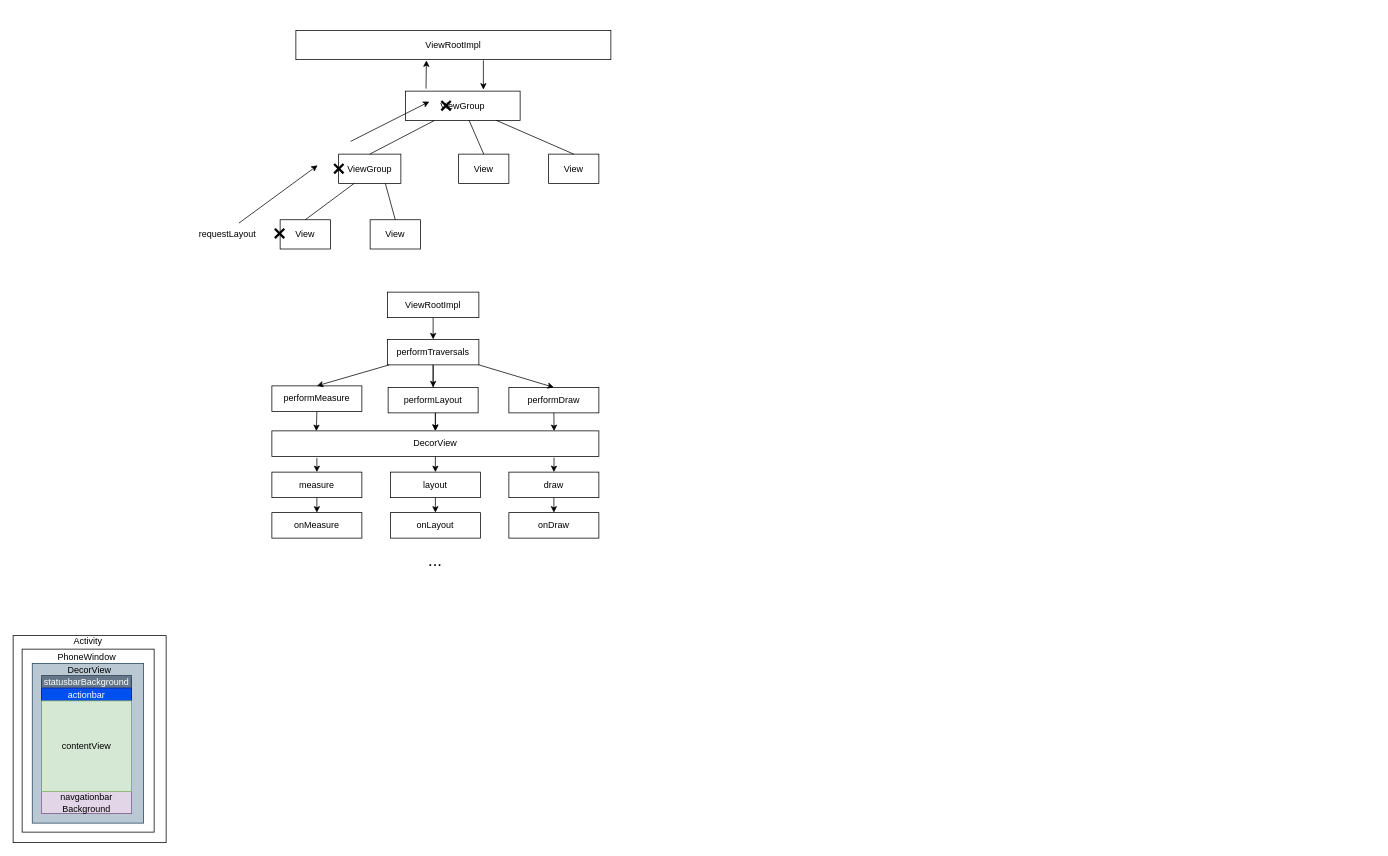
Earlier version of the draw.io diagram 未命名绘图.drawio (tah9/nima). Source tidied: cells renumbered, new cells numbered last; positions are measured from the earlier drawing's top-left corner, leaving out a move shared by most shapes. Both pictures are drawn from the tidied source at 75%, with x=0, y=0 at pixel (13, 30).
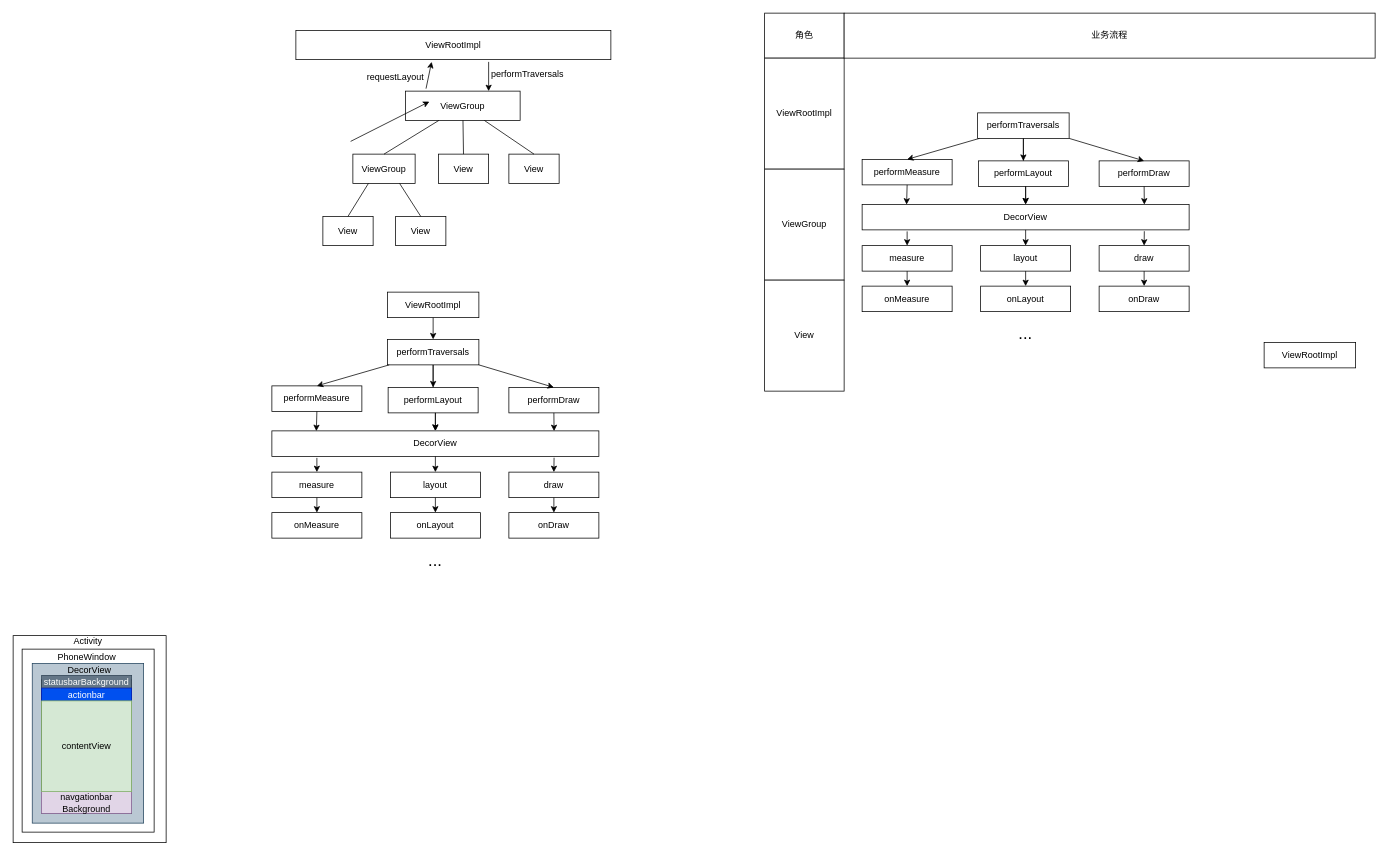
The same page after the edit.

Commit message:
更新未命名绘图.drawio

The change refers to these unchanged cells:
```xml
<mxCell id="3" value="ViewGroup" style="rounded=0;whiteSpace=wrap;html=1;" parent="1" vertex="1">
  <mxGeometry x="523" y="81" width="153" height="39" as="geometry" />
</mxCell>
```

The edit, as a diff of the source:
```diff
@@
-    <mxCell id="2" value="requestLayout" style="text;strokeColor=none;align=center;fillColor=none;html=1;verticalAlign=middle;whiteSpace=wrap;rounded=0;" parent="1" vertex="1">
-      <mxGeometry x="256" y="257" width="60" height="30" as="geometry" />
-    </mxCell>
@@
     <mxCell id="4" value="ViewGroup" style="rounded=0;whiteSpace=wrap;html=1;" parent="1" vertex="1">
-      <mxGeometry x="434" y="165" width="83" height="39" as="geometry" />
+      <mxGeometry x="453" y="165" width="83" height="39" as="geometry" />
     </mxCell>
     <mxCell id="5" value="View" style="rounded=0;whiteSpace=wrap;html=1;" parent="1" vertex="1">
-      <mxGeometry x="594" y="165" width="67" height="39" as="geometry" />
+      <mxGeometry x="567" y="165" width="67" height="39" as="geometry" />
     </mxCell>
     <mxCell id="6" value="View" style="rounded=0;whiteSpace=wrap;html=1;" parent="1" vertex="1">
-      <mxGeometry x="714" y="165" width="67" height="39" as="geometry" />
+      <mxGeometry x="661" y="165" width="67" height="39" as="geometry" />
     </mxCell>
     <mxCell id="7" value="View" style="rounded=0;whiteSpace=wrap;html=1;" parent="1" vertex="1">
-      <mxGeometry x="356" y="252.5" width="67" height="39" as="geometry" />
+      <mxGeometry x="413" y="248" width="67" height="39" as="geometry" />
     </mxCell>
     <mxCell id="8" value="View" style="rounded=0;whiteSpace=wrap;html=1;" parent="1" vertex="1">
-      <mxGeometry x="476" y="252.5" width="67" height="39" as="geometry" />
+      <mxGeometry x="510" y="248" width="67" height="39" as="geometry" />
     </mxCell>
@@
-    <mxCell id="15" style="shape=umlDestroy;whiteSpace=wrap;html=1;strokeWidth=3;targetShapes=umlLifeline;" parent="1" vertex="1">
-      <mxGeometry x="349" y="264.5" width="12.5" height="12.5" as="geometry" />
-    </mxCell>
-    <mxCell id="16" style="shape=umlDestroy;whiteSpace=wrap;html=1;strokeWidth=3;targetShapes=umlLifeline;" parent="1" vertex="1">
-      <mxGeometry x="428" y="178.2" width="12.5" height="12.5" as="geometry" />
-    </mxCell>
-    <mxCell id="17" style="shape=umlDestroy;whiteSpace=wrap;html=1;strokeWidth=3;targetShapes=umlLifeline;" parent="1" vertex="1">
-      <mxGeometry x="571" y="94.2" width="12.5" height="12.5" as="geometry" />
-    </mxCell>
-    <mxCell id="18" style="endArrow=classic;html=1;rounded=0;exitX=0.75;exitY=0;exitDx=0;exitDy=0;" parent="1" edge="1" source="2">
-      <mxGeometry relative="1" as="geometry">
-        <mxPoint x="406" y="180" as="targetPoint" />
-      </mxGeometry>
-    </mxCell>
@@
+    <mxCell id="58" style="endArrow=none;html=1;rounded=0;verticalAlign=middle;endFill=0;startArrow=classic;startFill=1;" parent="1" edge="1">
+      <mxGeometry relative="1" as="geometry">
+        <mxPoint x="634" y="81" as="sourcePoint" />
+        <mxPoint x="634" y="42" as="targetPoint" />
+      </mxGeometry>
+    </mxCell>
@@
-    <mxCell id="58" style="endArrow=none;html=1;rounded=0;verticalAlign=middle;endFill=0;startArrow=classic;startFill=1;" parent="1" edge="1">
-      <mxGeometry relative="1" as="geometry">
-        <mxPoint x="627" y="79" as="sourcePoint" />
-        <mxPoint x="627" y="40" as="targetPoint" />
-      </mxGeometry>
-    </mxCell>
     <mxCell id="59" style="endArrow=classic;html=1;rounded=0;exitX=0.18;exitY=-0.085;exitDx=0;exitDy=0;exitPerimeter=0;" parent="1" edge="1" source="3">
       <mxGeometry relative="1" as="geometry">
-        <mxPoint x="551" y="40" as="targetPoint" />
+        <mxPoint x="558" y="42" as="targetPoint" />
       </mxGeometry>
     </mxCell>
+    <mxCell id="60" value="performTraversals" style="text;strokeColor=none;align=center;fillColor=none;html=1;verticalAlign=middle;whiteSpace=wrap;rounded=0;" parent="1" vertex="1">
+      <mxGeometry x="656" y="44" width="60" height="30" as="geometry" />
+    </mxCell>
+    <mxCell id="2" value="requestLayout" style="text;strokeColor=none;align=center;fillColor=none;html=1;verticalAlign=middle;whiteSpace=wrap;rounded=0;" parent="1" vertex="1">
+      <mxGeometry x="480" y="48" width="60" height="30" as="geometry" />
+    </mxCell>
+    <mxCell id="61" value="角色" style="whiteSpace=wrap;html=1;" parent="1" vertex="1">
+      <mxGeometry x="1002" y="-23" width="106" height="60" as="geometry" />
+    </mxCell>
+    <mxCell id="62" value="ViewRootImpl" style="whiteSpace=wrap;html=1;" parent="1" vertex="1">
+      <mxGeometry x="1002" y="37" width="106" height="148" as="geometry" />
+    </mxCell>
+    <mxCell id="63" value="ViewGroup" style="whiteSpace=wrap;html=1;" parent="1" vertex="1">
+      <mxGeometry x="1002" y="185" width="106" height="148" as="geometry" />
+    </mxCell>
+    <mxCell id="64" value="View" style="whiteSpace=wrap;html=1;" parent="1" vertex="1">
+      <mxGeometry x="1002" y="333" width="106" height="148" as="geometry" />
+    </mxCell>
+    <mxCell id="65" value="业务流程" style="whiteSpace=wrap;html=1;" parent="1" vertex="1">
+      <mxGeometry x="1108" y="-23" width="708" height="60" as="geometry" />
+    </mxCell>
+    <mxCell id="66" style="edgeStyle=orthogonalEdgeStyle;rounded=0;jettySize=auto;html=1;" parent="1" edge="1" source="67" target="83">
+      <mxGeometry relative="1" as="geometry" />
+    </mxCell>
+    <mxCell id="67" value="performTraversals" style="rounded=0;whiteSpace=wrap;html=1;" parent="1" vertex="1">
+      <mxGeometry x="1286" y="110" width="122" height="34" as="geometry" />
+    </mxCell>
+    <mxCell id="68" value="performMeasure" style="rounded=0;whiteSpace=wrap;html=1;" parent="1" vertex="1">
+      <mxGeometry x="1132" y="172" width="120" height="34" as="geometry" />
+    </mxCell>
+    <mxCell id="69" value="measure" style="rounded=0;whiteSpace=wrap;html=1;" parent="1" vertex="1">
+      <mxGeometry x="1132" y="287" width="120" height="34" as="geometry" />
+    </mxCell>
+    <mxCell id="70" value="onMeasure" style="rounded=0;whiteSpace=wrap;html=1;" parent="1" vertex="1">
+      <mxGeometry x="1132" y="341" width="120" height="34" as="geometry" />
+    </mxCell>
+    <mxCell id="71" style="endArrow=classic;html=1;rounded=0;entryX=0.5;entryY=0;entryDx=0;entryDy=0;" parent="1" edge="1" source="67" target="68">
+      <mxGeometry relative="1" as="geometry" />
+    </mxCell>
+    <mxCell id="72" value="performLayout" style="rounded=0;whiteSpace=wrap;html=1;" parent="1" vertex="1">
+      <mxGeometry x="1287" y="174" width="120" height="34" as="geometry" />
+    </mxCell>
+    <mxCell id="73" value="layout" style="rounded=0;whiteSpace=wrap;html=1;" parent="1" vertex="1">
+      <mxGeometry x="1290" y="287" width="120" height="34" as="geometry" />
+    </mxCell>
+    <mxCell id="74" value="onLayout" style="rounded=0;whiteSpace=wrap;html=1;" parent="1" vertex="1">
+      <mxGeometry x="1290" y="341" width="120" height="34" as="geometry" />
+    </mxCell>
+    <mxCell id="75" value="performDraw" style="rounded=0;whiteSpace=wrap;html=1;" parent="1" vertex="1">
+      <mxGeometry x="1448" y="174" width="120" height="34" as="geometry" />
+    </mxCell>
+    <mxCell id="76" value="draw" style="rounded=0;whiteSpace=wrap;html=1;" parent="1" vertex="1">
+      <mxGeometry x="1448" y="287" width="120" height="34" as="geometry" />
+    </mxCell>
+    <mxCell id="77" value="onDraw" style="rounded=0;whiteSpace=wrap;html=1;" parent="1" vertex="1">
+      <mxGeometry x="1448" y="341" width="120" height="34" as="geometry" />
+    </mxCell>
+    <mxCell id="78" style="endArrow=classic;html=1;rounded=0;exitX=0.5;exitY=1;exitDx=0;exitDy=0;" parent="1" edge="1" source="69" target="70">
+      <mxGeometry relative="1" as="geometry" />
+    </mxCell>
+    <mxCell id="79" style="endArrow=classic;html=1;rounded=0;exitX=0.5;exitY=1;exitDx=0;exitDy=0;entryX=0.5;entryY=0;entryDx=0;entryDy=0;" parent="1" edge="1" source="73" target="74">
+      <mxGeometry relative="1" as="geometry" />
+    </mxCell>
+    <mxCell id="80" style="endArrow=classic;html=1;rounded=0;exitX=0.5;exitY=1;exitDx=0;exitDy=0;entryX=0.5;entryY=0;entryDx=0;entryDy=0;" parent="1" edge="1" source="76" target="77">
+      <mxGeometry relative="1" as="geometry" />
+    </mxCell>
+    <mxCell id="81" style="endArrow=classic;html=1;rounded=0;exitX=0.5;exitY=1;exitDx=0;exitDy=0;entryX=0.5;entryY=0;entryDx=0;entryDy=0;" parent="1" edge="1" source="67" target="72">
+      <mxGeometry relative="1" as="geometry" />
+    </mxCell>
+    <mxCell id="82" style="endArrow=classic;html=1;rounded=0;exitX=1;exitY=1;exitDx=0;exitDy=0;entryX=0.5;entryY=0;entryDx=0;entryDy=0;" parent="1" edge="1" source="67" target="75">
+      <mxGeometry relative="1" as="geometry" />
+    </mxCell>
+    <mxCell id="83" value="DecorView" style="rounded=0;whiteSpace=wrap;html=1;" parent="1" vertex="1">
+      <mxGeometry x="1132" y="232" width="436" height="34" as="geometry" />
+    </mxCell>
+    <mxCell id="84" style="endArrow=classic;html=1;rounded=0;entryX=0.5;entryY=0;entryDx=0;entryDy=0;" parent="1" edge="1" target="69">
+      <mxGeometry relative="1" as="geometry">
+        <mxPoint x="1192" y="268" as="sourcePoint" />
+      </mxGeometry>
+    </mxCell>
+    <mxCell id="85" style="endArrow=classic;html=1;rounded=0;exitX=0.5;exitY=1;exitDx=0;exitDy=0;" parent="1" edge="1" source="83" target="73">
+      <mxGeometry relative="1" as="geometry" />
+    </mxCell>
+    <mxCell id="86" style="endArrow=classic;html=1;rounded=0;exitX=0.863;exitY=1.053;exitDx=0;exitDy=0;entryX=0.5;entryY=0;entryDx=0;entryDy=0;exitPerimeter=0;" parent="1" edge="1" source="83" target="76">
+      <mxGeometry relative="1" as="geometry" />
+    </mxCell>
+    <mxCell id="87" style="endArrow=classic;html=1;rounded=0;exitX=0.5;exitY=1;exitDx=0;exitDy=0;entryX=0.136;entryY=0.008;entryDx=0;entryDy=0;entryPerimeter=0;" parent="1" edge="1" source="68" target="83">
+      <mxGeometry relative="1" as="geometry" />
+    </mxCell>
+    <mxCell id="88" style="endArrow=classic;html=1;rounded=0;entryX=0.5;entryY=0;entryDx=0;entryDy=0;" parent="1" edge="1" target="83">
+      <mxGeometry relative="1" as="geometry">
+        <mxPoint x="1350" y="208" as="sourcePoint" />
+      </mxGeometry>
+    </mxCell>
+    <mxCell id="89" style="endArrow=classic;html=1;rounded=0;exitX=0.863;exitY=1.053;exitDx=0;exitDy=0;exitPerimeter=0;entryX=0.863;entryY=0.008;entryDx=0;entryDy=0;entryPerimeter=0;" parent="1" edge="1" target="83">
+      <mxGeometry relative="1" as="geometry">
+        <mxPoint x="1508" y="208" as="sourcePoint" />
+      </mxGeometry>
+    </mxCell>
+    <mxCell id="90" value="&lt;font style=&quot;font-size: 22px;&quot;&gt;...&lt;/font&gt;" style="text;strokeColor=none;align=center;fillColor=none;html=1;verticalAlign=middle;whiteSpace=wrap;rounded=0;" parent="1" vertex="1">
+      <mxGeometry x="1307" y="385" width="86" height="40" as="geometry" />
+    </mxCell>
+    <mxCell id="91" value="ViewRootImpl" style="rounded=0;whiteSpace=wrap;html=1;" parent="1" vertex="1">
+      <mxGeometry x="1668" y="416" width="122" height="34" as="geometry" />
+    </mxCell>
```
